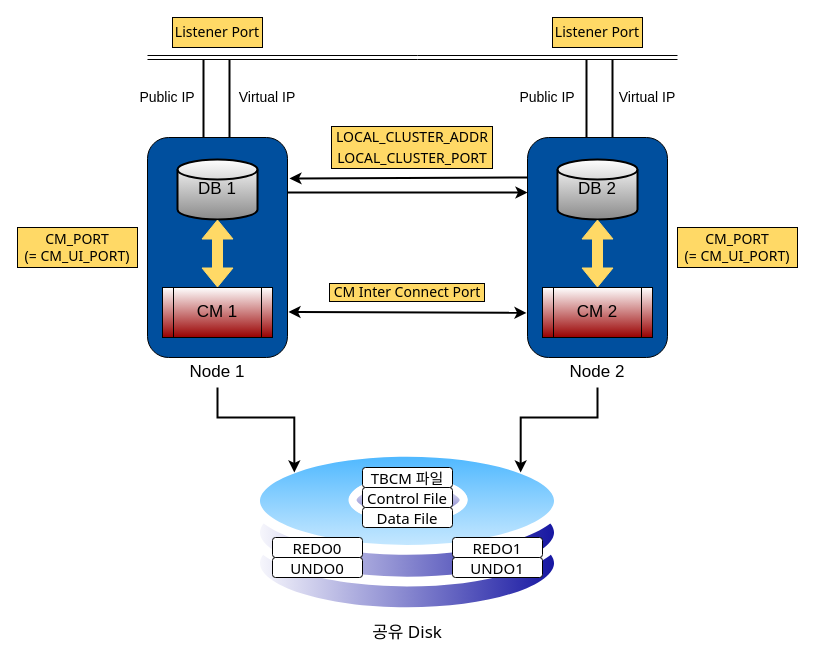
Before: 제목 없는 다이어그램.drawio in jaden7856/AD_Target_Architecture, a draw.io diagram. Source tidied: cells renumbered, new cells numbered last; positions are measured from the earlier drawing's top-left corner, leaving out a move shared by most shapes. Both pictures are drawn from the tidied source at 100%, with x=0, y=0 at pixel (17, 17).
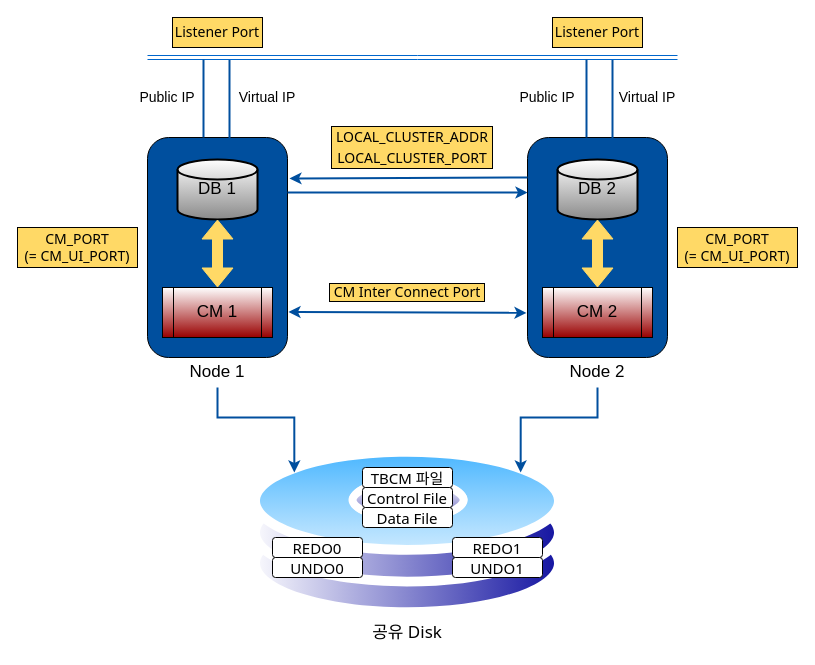
After the change.

Commit message (it also covers changes not shown here):
제목 없는 다이어그램.drawio 업데이트

Unchanged cells that the change refers to:
```xml
<mxCell id="2" style="perimeter=ellipsePerimeter;html=1;align=center;shadow=0;dashed=0;spacingTop=3;image;image=img/lib/active_directory/hard_disk.svg;strokeColor=default;fontSize=14;fillColor=#FFD966;gradientColor=#990000;" parent="1" vertex="1">
  <mxGeometry x="230" y="430" width="320" height="170.1" as="geometry" />
</mxCell>
<mxCell id="3" style="rounded=1;whiteSpace=wrap;html=1;rotation=90;fillColor=#004F9E;" parent="1" vertex="1">
  <mxGeometry x="90" y="160" width="220" height="140" as="geometry" />
</mxCell>
<mxCell id="8" value="Node 1" style="text;html=1;strokeColor=none;fillColor=none;align=center;verticalAlign=middle;whiteSpace=wrap;rounded=0;fontSize=17;" parent="1" vertex="1">
  <mxGeometry x="170" y="340" width="60" height="30" as="geometry" />
</mxCell>
<mxCell id="15" style="rounded=1;whiteSpace=wrap;html=1;rotation=90;fillColor=#004F9E;" parent="1" vertex="1">
  <mxGeometry x="470" y="160" width="220" height="140" as="geometry" />
</mxCell>
<mxCell id="20" value="Node 2" style="text;html=1;strokeColor=none;fillColor=none;align=center;verticalAlign=middle;whiteSpace=wrap;rounded=0;fontSize=17;" parent="1" vertex="1">
  <mxGeometry x="550" y="340" width="60" height="30" as="geometry" />
</mxCell>
```

What changed in the source:
```diff
@@
-    <mxCell id="7" style="edgeStyle=orthogonalEdgeStyle;rounded=0;jettySize=auto;html=1;entryX=0;entryY=0;entryDx=0;entryDy=0;strokeColor=#000000;strokeWidth=2;fontFamily=Tahoma;fontSize=17;fillColor=#FFD966;" parent="1" edge="1" source="8" target="2">
+    <mxCell id="7" style="edgeStyle=orthogonalEdgeStyle;rounded=0;jettySize=auto;html=1;entryX=0;entryY=0;entryDx=0;entryDy=0;strokeColor=#004F9E;strokeWidth=2;fontFamily=Tahoma;fontSize=17;fillColor=#FFD966;" parent="1" edge="1" source="8" target="2">
       <mxGeometry relative="1" as="geometry" />
     </mxCell>
@@
-    <mxCell id="9" style="shape=link;html=1;rounded=0;fontSize=17;" parent="1" edge="1">
+    <mxCell id="9" style="shape=link;html=1;rounded=0;fontSize=17;fontColor=#0066CC;strokeColor=#0066CC;" parent="1" edge="1">
       <mxGeometry relative="1" as="geometry">
         <mxPoint x="130" y="40" as="sourcePoint" />
         <mxPoint x="660" y="40" as="targetPoint" />
         <Array as="points">
           <mxPoint x="400" y="40" />
         </Array>
       </mxGeometry>
     </mxCell>
-    <mxCell id="10" style="endArrow=none;html=1;rounded=0;fontSize=17;exitX=0;exitY=0.75;exitDx=0;exitDy=0;strokeWidth=2;" parent="1" edge="1">
+    <mxCell id="10" style="endArrow=none;html=1;rounded=0;fontSize=17;exitX=0;exitY=0.75;exitDx=0;exitDy=0;strokeWidth=2;strokeColor=#004F9E;" parent="1" edge="1">
       <mxGeometry relative="1" as="geometry">
         <mxPoint x="186" y="120" as="sourcePoint" />
         <mxPoint x="186" y="42" as="targetPoint" />
       </mxGeometry>
     </mxCell>
-    <mxCell id="11" value="&lt;font style=&quot;font-size: 14px;&quot;&gt;Public IP&lt;/font&gt;" style="text;html=1;strokeColor=none;fillColor=none;align=center;verticalAlign=middle;whiteSpace=wrap;rounded=0;fontSize=17;" parent="1" vertex="1">
+    <mxCell id="11" value="&lt;font style=&quot;font-size: 14px;&quot;&gt;Public IP&lt;/font&gt;" style="text;html=1;strokeColor=none;fillColor=none;align=center;verticalAlign=middle;whiteSpace=wrap;rounded=0;fontSize=17;labelBackgroundColor=default;" parent="1" vertex="1">
       <mxGeometry x="120" y="65" width="60" height="29" as="geometry" />
     </mxCell>
-    <mxCell id="12" style="endArrow=none;html=1;rounded=0;fontSize=17;exitX=0;exitY=0.75;exitDx=0;exitDy=0;strokeWidth=2;" parent="1" edge="1">
+    <mxCell id="12" style="endArrow=none;html=1;rounded=0;fontSize=17;exitX=0;exitY=0.75;exitDx=0;exitDy=0;strokeWidth=2;strokeColor=#004F9E;" parent="1" edge="1">
       <mxGeometry relative="1" as="geometry">
         <mxPoint x="212" y="120.5" as="sourcePoint" />
         <mxPoint x="212" y="42.5" as="targetPoint" />
       </mxGeometry>
     </mxCell>
-    <mxCell id="13" value="&lt;font style=&quot;font-size: 14px;&quot;&gt;Virtual IP&lt;/font&gt;" style="text;html=1;strokeColor=none;fillColor=none;align=center;verticalAlign=middle;whiteSpace=wrap;rounded=0;fontSize=17;" parent="1" vertex="1">
+    <mxCell id="13" value="&lt;font style=&quot;font-size: 14px;&quot;&gt;Virtual IP&lt;/font&gt;" style="text;html=1;strokeColor=none;fillColor=none;align=center;verticalAlign=middle;whiteSpace=wrap;rounded=0;fontSize=17;labelBackgroundColor=default;" parent="1" vertex="1">
       <mxGeometry x="220" y="65" width="60" height="29" as="geometry" />
     </mxCell>
@@
-    <mxCell id="19" style="edgeStyle=orthogonalEdgeStyle;rounded=0;jettySize=auto;html=1;entryX=1;entryY=0;entryDx=0;entryDy=0;strokeColor=#000000;strokeWidth=2;fontFamily=Tahoma;fontSize=17;fillColor=#FFD966;" parent="1" edge="1" source="20" target="2">
+    <mxCell id="19" style="edgeStyle=orthogonalEdgeStyle;rounded=0;jettySize=auto;html=1;entryX=1;entryY=0;entryDx=0;entryDy=0;strokeColor=#004F9E;strokeWidth=2;fontFamily=Tahoma;fontSize=17;fillColor=#FFD966;" parent="1" edge="1" source="20" target="2">
       <mxGeometry relative="1" as="geometry" />
     </mxCell>
@@
-    <mxCell id="21" style="endArrow=none;html=1;rounded=0;fontSize=17;exitX=0;exitY=0.75;exitDx=0;exitDy=0;strokeWidth=2;" parent="1" edge="1">
+    <mxCell id="21" style="endArrow=none;html=1;rounded=0;fontSize=17;exitX=0;exitY=0.75;exitDx=0;exitDy=0;strokeWidth=2;strokeColor=#004F9E;" parent="1" edge="1">
       <mxGeometry relative="1" as="geometry">
         <mxPoint x="569" y="120" as="sourcePoint" />
         <mxPoint x="569" y="42" as="targetPoint" />
       </mxGeometry>
     </mxCell>
-    <mxCell id="22" value="&lt;font style=&quot;font-size: 14px;&quot;&gt;Public IP&lt;/font&gt;" style="text;html=1;strokeColor=none;fillColor=none;align=center;verticalAlign=middle;whiteSpace=wrap;rounded=0;fontSize=17;" parent="1" vertex="1">
+    <mxCell id="22" value="&lt;font style=&quot;font-size: 14px;&quot;&gt;Public IP&lt;/font&gt;" style="text;html=1;strokeColor=none;fillColor=none;align=center;verticalAlign=middle;whiteSpace=wrap;rounded=0;fontSize=17;labelBackgroundColor=default;" parent="1" vertex="1">
       <mxGeometry x="500" y="65" width="60" height="29" as="geometry" />
     </mxCell>
-    <mxCell id="23" style="endArrow=none;html=1;rounded=0;fontSize=17;exitX=0;exitY=0.75;exitDx=0;exitDy=0;strokeWidth=2;" parent="1" edge="1">
+    <mxCell id="23" style="endArrow=none;html=1;rounded=0;fontSize=17;exitX=0;exitY=0.75;exitDx=0;exitDy=0;strokeWidth=2;strokeColor=#004F9E;" parent="1" edge="1">
       <mxGeometry relative="1" as="geometry">
         <mxPoint x="595" y="120.5" as="sourcePoint" />
         <mxPoint x="595" y="42.5" as="targetPoint" />
       </mxGeometry>
     </mxCell>
-    <mxCell id="24" value="&lt;font style=&quot;font-size: 14px;&quot;&gt;Virtual IP&lt;/font&gt;" style="text;html=1;strokeColor=none;fillColor=none;align=center;verticalAlign=middle;whiteSpace=wrap;rounded=0;fontSize=17;" parent="1" vertex="1">
+    <mxCell id="24" value="&lt;font style=&quot;font-size: 14px;&quot;&gt;Virtual IP&lt;/font&gt;" style="text;html=1;strokeColor=none;fillColor=none;align=center;verticalAlign=middle;whiteSpace=wrap;rounded=0;fontSize=17;labelBackgroundColor=default;" parent="1" vertex="1">
       <mxGeometry x="600" y="65" width="60" height="29" as="geometry" />
     </mxCell>
@@
-    <mxCell id="28" style="endArrow=classic;startArrow=classic;html=1;rounded=0;strokeColor=#000000;strokeWidth=2;fontSize=14;fillColor=#FFD966;entryX=0.186;entryY=1;entryDx=0;entryDy=0;entryPerimeter=0;exitX=0.182;exitY=-0.014;exitDx=0;exitDy=0;exitPerimeter=0;" parent="1" edge="1">
+    <mxCell id="28" style="endArrow=classic;startArrow=classic;html=1;rounded=0;strokeColor=#004F9E;strokeWidth=2;fontSize=14;fillColor=#FFD966;entryX=0.186;entryY=1;entryDx=0;entryDy=0;entryPerimeter=0;exitX=0.182;exitY=-0.014;exitDx=0;exitDy=0;exitPerimeter=0;" parent="1" edge="1">
       <mxGeometry relative="1" as="geometry">
         <mxPoint x="271" y="294.5" as="sourcePoint" />
         <mxPoint x="509" y="295.4" as="targetPoint" />
       </mxGeometry>
     </mxCell>
-    <mxCell id="29" style="endArrow=classic;html=1;rounded=0;strokeColor=#000000;strokeWidth=2;fontSize=14;fillColor=#FFD966;entryX=0.25;entryY=1;entryDx=0;entryDy=0;exitX=0.25;exitY=0;exitDx=0;exitDy=0;" parent="1" edge="1" source="3" target="15">
+    <mxCell id="29" style="endArrow=classic;html=1;rounded=0;strokeColor=#004F9E;strokeWidth=2;fontSize=14;fillColor=#FFD966;entryX=0.25;entryY=1;entryDx=0;entryDy=0;exitX=0.25;exitY=0;exitDx=0;exitDy=0;" parent="1" edge="1" source="3" target="15">
       <mxGeometry relative="1" as="geometry" />
     </mxCell>
-    <mxCell id="30" style="endArrow=classic;html=1;rounded=0;strokeColor=#000000;strokeWidth=2;fontSize=14;fillColor=#FFD966;exitX=0.182;exitY=1.014;exitDx=0;exitDy=0;exitPerimeter=0;entryX=0.186;entryY=-0.014;entryDx=0;entryDy=0;entryPerimeter=0;" parent="1" edge="1" target="3">
+    <mxCell id="30" style="endArrow=classic;html=1;rounded=0;strokeColor=#004F9E;strokeWidth=2;fontSize=14;fillColor=#FFD966;exitX=0.182;exitY=1.014;exitDx=0;exitDy=0;exitPerimeter=0;entryX=0.186;entryY=-0.014;entryDx=0;entryDy=0;entryPerimeter=0;" parent="1" edge="1" target="3">
       <mxGeometry relative="1" as="geometry">
         <mxPoint x="510" y="160" as="sourcePoint" />
       </mxGeometry>
     </mxCell>
```
